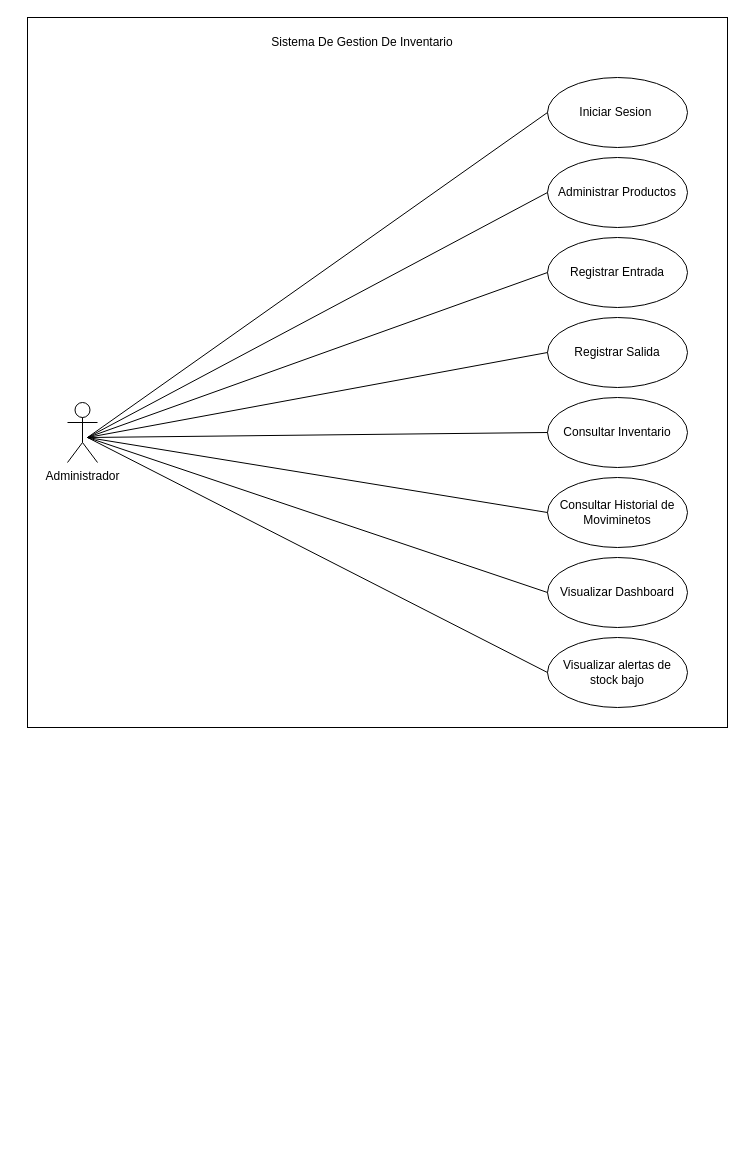
This is page "Casos de Uso" (1 of 6) of docs/diagramas/diseno-sistema.drawio from Scabezaspaz/Proyecto-Practica-Minimercado, a draw.io file, before an edit. Source tidied: cells renumbered, new cells numbered last; positions are measured from the earlier drawing's top-left corner, leaving out a move shared by most shapes. Both pictures are drawn from the tidied source at 100%, with x=0, y=0 at pixel (27, 17).
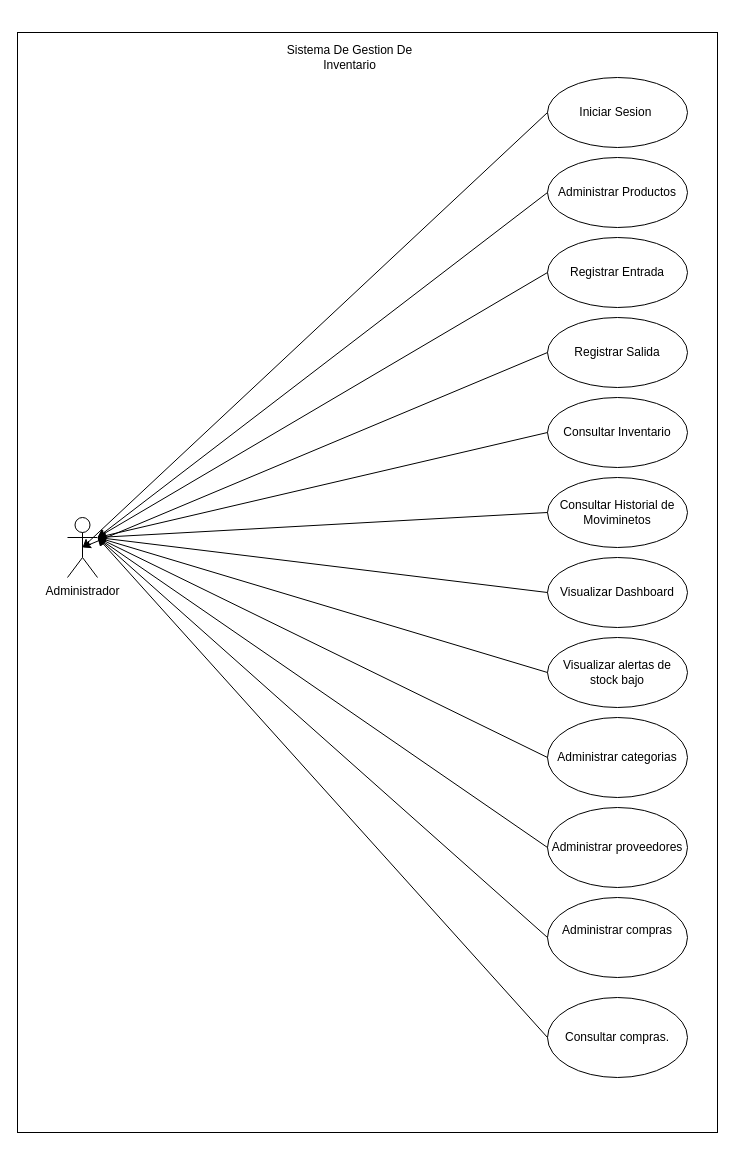
The same diagram, later.

The change refers to these unchanged cells:
```xml
<mxCell id="3" value="Registrar Salida" style="ellipse;whiteSpace=wrap;html=1;labelBackgroundColor=none;rounded=0;" parent="1" vertex="1">
  <mxGeometry x="520" y="300" width="140" height="70" as="geometry" />
</mxCell>
<mxCell id="4" value="Visualizar Dashboard" style="ellipse;whiteSpace=wrap;html=1;labelBackgroundColor=none;rounded=0;" parent="1" vertex="1">
  <mxGeometry x="520" y="540" width="140" height="70" as="geometry" />
</mxCell>
<mxCell id="5" value="Consultar Inventario" style="ellipse;whiteSpace=wrap;html=1;labelBackgroundColor=none;rounded=0;" parent="1" vertex="1">
  <mxGeometry x="520" y="380" width="140" height="70" as="geometry" />
</mxCell>
<mxCell id="6" value="Consultar Historial de Moviminetos" style="ellipse;whiteSpace=wrap;html=1;labelBackgroundColor=none;rounded=0;" parent="1" vertex="1">
  <mxGeometry x="520" y="460" width="140" height="70" as="geometry" />
</mxCell>
<mxCell id="7" value="Administrar Productos" style="ellipse;whiteSpace=wrap;html=1;labelBackgroundColor=none;rounded=0;" parent="1" vertex="1">
  <mxGeometry x="520" y="140" width="140" height="70" as="geometry" />
</mxCell>
<mxCell id="8" value="Visualizar alertas de stock bajo" style="ellipse;whiteSpace=wrap;html=1;labelBackgroundColor=none;rounded=0;" parent="1" vertex="1">
  <mxGeometry x="520" y="620" width="140" height="70" as="geometry" />
</mxCell>
<mxCell id="9" value="Registrar Entrada" style="ellipse;whiteSpace=wrap;html=1;labelBackgroundColor=none;rounded=0;" parent="1" vertex="1">
  <mxGeometry x="520" y="220" width="140" height="70" as="geometry" />
</mxCell>
<mxCell id="10" value="Iniciar Sesion&amp;nbsp;" style="ellipse;whiteSpace=wrap;html=1;labelBackgroundColor=none;rounded=0;" parent="1" vertex="1">
  <mxGeometry x="520" y="60" width="140" height="70" as="geometry" />
</mxCell>
```

Diff of the diagram source:
```diff
@@
     <mxCell id="2" value="Administrador&lt;div&gt;&lt;br&gt;&lt;/div&gt;" style="shape=umlActor;verticalLabelPosition=bottom;verticalAlign=top;html=1;labelBackgroundColor=none;rounded=0;" parent="1" vertex="1">
-      <mxGeometry x="40" y="385" width="30" height="60" as="geometry" />
+      <mxGeometry x="40" y="500" width="30" height="60" as="geometry" />
     </mxCell>
@@
     <mxCell id="11" style="rounded=0;whiteSpace=wrap;html=1;fillColor=none;labelBackgroundColor=none;" parent="1" vertex="1">
-      <mxGeometry width="700" height="710" as="geometry" />
+      <mxGeometry x="-10" y="15" width="700" height="1100" as="geometry" />
     </mxCell>
     <mxCell id="12" value="Sistema De Gestion De Inventario" style="text;html=1;whiteSpace=wrap;strokeColor=none;fillColor=none;align=center;verticalAlign=middle;rounded=0;labelBackgroundColor=none;" parent="1" vertex="1">
-      <mxGeometry x="235" y="10" width="200" height="30" as="geometry" />
+      <mxGeometry x="235" y="10" width="175" height="60" as="geometry" />
     </mxCell>
-    <mxCell id="13" style="endArrow=none;html=1;exitX=0;exitY=0.5;exitDx=0;exitDy=0;" parent="1" edge="1" source="10">
-      <mxGeometry relative="1" as="geometry">
-        <mxPoint x="60" y="420" as="targetPoint" />
-      </mxGeometry>
-    </mxCell>
-    <mxCell id="14" style="endArrow=none;html=1;entryX=0;entryY=0.5;entryDx=0;entryDy=0;" parent="1" edge="1" target="7">
-      <mxGeometry relative="1" as="geometry">
-        <mxPoint x="60" y="420" as="sourcePoint" />
-      </mxGeometry>
-    </mxCell>
-    <mxCell id="15" style="endArrow=none;html=1;entryX=0;entryY=0.5;entryDx=0;entryDy=0;" parent="1" edge="1" target="8">
-      <mxGeometry relative="1" as="geometry">
-        <mxPoint x="60" y="420" as="sourcePoint" />
-      </mxGeometry>
-    </mxCell>
-    <mxCell id="16" style="endArrow=none;html=1;entryX=0;entryY=0.5;entryDx=0;entryDy=0;" parent="1" edge="1" target="4">
-      <mxGeometry relative="1" as="geometry">
-        <mxPoint x="60" y="420" as="sourcePoint" />
-      </mxGeometry>
-    </mxCell>
-    <mxCell id="17" style="endArrow=none;html=1;entryX=0;entryY=0.5;entryDx=0;entryDy=0;" parent="1" edge="1" target="5">
-      <mxGeometry relative="1" as="geometry">
-        <mxPoint x="60" y="420" as="sourcePoint" />
-      </mxGeometry>
-    </mxCell>
-    <mxCell id="18" style="endArrow=none;html=1;entryX=0;entryY=0.5;entryDx=0;entryDy=0;" parent="1" edge="1" target="3">
-      <mxGeometry relative="1" as="geometry">
-        <mxPoint x="60" y="420" as="sourcePoint" />
-      </mxGeometry>
-    </mxCell>
-    <mxCell id="19" style="endArrow=none;html=1;entryX=0;entryY=0.5;entryDx=0;entryDy=0;" parent="1" edge="1" target="9">
-      <mxGeometry relative="1" as="geometry">
-        <mxPoint x="60" y="420" as="sourcePoint" />
-      </mxGeometry>
-    </mxCell>
-    <mxCell id="20" style="endArrow=none;html=1;entryX=0;entryY=0.5;entryDx=0;entryDy=0;" parent="1" edge="1" target="6">
-      <mxGeometry relative="1" as="geometry">
-        <mxPoint x="60" y="420" as="sourcePoint" />
-      </mxGeometry>
-    </mxCell>
+    <mxCell id="21" value="Administrar categorias" style="ellipse;whiteSpace=wrap;html=1;shapeInside=1;" parent="1" vertex="1">
+      <mxGeometry x="520" y="700" width="140" height="80" as="geometry" />
+    </mxCell>
+    <mxCell id="22" value="Administrar proveedores" style="ellipse;whiteSpace=wrap;html=1;shapeInside=1;" parent="1" vertex="1">
+      <mxGeometry x="520" y="790" width="140" height="80" as="geometry" />
+    </mxCell>
+    <mxCell id="23" value="Administrar compras&lt;div&gt;&lt;br&gt;&lt;/div&gt;" style="ellipse;whiteSpace=wrap;html=1;shapeInside=1;" parent="1" vertex="1">
+      <mxGeometry x="520" y="880" width="140" height="80" as="geometry" />
+    </mxCell>
+    <mxCell id="24" value="Consultar compras." style="ellipse;whiteSpace=wrap;html=1;shapeInside=1;" parent="1" vertex="1">
+      <mxGeometry x="520" y="980" width="140" height="80" as="geometry" />
+    </mxCell>
+    <mxCell id="25" style="edgeStyle=none;html=1;exitX=0;exitY=0.5;exitDx=0;exitDy=0;entryX=0.5;entryY=0.5;entryDx=0;entryDy=0;entryPerimeter=0;" parent="1" edge="1" source="10" target="2">
+      <mxGeometry relative="1" as="geometry" />
+    </mxCell>
+    <mxCell id="26" style="edgeStyle=none;html=1;exitX=0;exitY=0.5;exitDx=0;exitDy=0;entryX=1;entryY=0.3333333333333333;entryDx=0;entryDy=0;entryPerimeter=0;" parent="1" edge="1" source="7" target="2">
+      <mxGeometry relative="1" as="geometry" />
+    </mxCell>
+    <mxCell id="27" style="edgeStyle=none;html=1;exitX=0;exitY=0.5;exitDx=0;exitDy=0;entryX=1;entryY=0.3333333333333333;entryDx=0;entryDy=0;entryPerimeter=0;" parent="1" edge="1" source="9" target="2">
+      <mxGeometry relative="1" as="geometry" />
+    </mxCell>
+    <mxCell id="28" style="edgeStyle=none;html=1;exitX=0;exitY=0.5;exitDx=0;exitDy=0;entryX=0.5;entryY=0.5;entryDx=0;entryDy=0;entryPerimeter=0;" parent="1" edge="1" source="3" target="2">
+      <mxGeometry relative="1" as="geometry" />
+    </mxCell>
+    <mxCell id="29" style="edgeStyle=none;html=1;exitX=0;exitY=0.5;exitDx=0;exitDy=0;entryX=1;entryY=0.3333333333333333;entryDx=0;entryDy=0;entryPerimeter=0;" parent="1" edge="1" source="5" target="2">
+      <mxGeometry relative="1" as="geometry" />
+    </mxCell>
+    <mxCell id="30" style="edgeStyle=none;html=1;exitX=0;exitY=0.5;exitDx=0;exitDy=0;entryX=1;entryY=0.3333333333333333;entryDx=0;entryDy=0;entryPerimeter=0;" parent="1" edge="1" source="6" target="2">
+      <mxGeometry relative="1" as="geometry" />
+    </mxCell>
+    <mxCell id="31" style="edgeStyle=none;html=1;exitX=0;exitY=0.5;exitDx=0;exitDy=0;entryX=1;entryY=0.3333333333333333;entryDx=0;entryDy=0;entryPerimeter=0;" parent="1" edge="1" source="4" target="2">
+      <mxGeometry relative="1" as="geometry" />
+    </mxCell>
+    <mxCell id="32" style="edgeStyle=none;html=1;exitX=0;exitY=0.5;exitDx=0;exitDy=0;entryX=1;entryY=0.3333333333333333;entryDx=0;entryDy=0;entryPerimeter=0;" parent="1" edge="1" source="8" target="2">
+      <mxGeometry relative="1" as="geometry" />
+    </mxCell>
+    <mxCell id="33" style="edgeStyle=none;html=1;exitX=0;exitY=0.5;exitDx=0;exitDy=0;entryX=1;entryY=0.3333333333333333;entryDx=0;entryDy=0;entryPerimeter=0;" parent="1" edge="1" source="21" target="2">
+      <mxGeometry relative="1" as="geometry" />
+    </mxCell>
+    <mxCell id="34" style="edgeStyle=none;html=1;exitX=0;exitY=0.5;exitDx=0;exitDy=0;entryX=1;entryY=0.3333333333333333;entryDx=0;entryDy=0;entryPerimeter=0;" parent="1" edge="1" source="22" target="2">
+      <mxGeometry relative="1" as="geometry" />
+    </mxCell>
+    <mxCell id="35" style="edgeStyle=none;html=1;exitX=0;exitY=0.5;exitDx=0;exitDy=0;entryX=1;entryY=0.3333333333333333;entryDx=0;entryDy=0;entryPerimeter=0;" parent="1" edge="1" source="23" target="2">
+      <mxGeometry relative="1" as="geometry" />
+    </mxCell>
+    <mxCell id="36" style="edgeStyle=none;html=1;exitX=0;exitY=0.5;exitDx=0;exitDy=0;entryX=1;entryY=0.3333333333333333;entryDx=0;entryDy=0;entryPerimeter=0;" parent="1" edge="1" source="24" target="2">
+      <mxGeometry relative="1" as="geometry" />
+    </mxCell>
```
